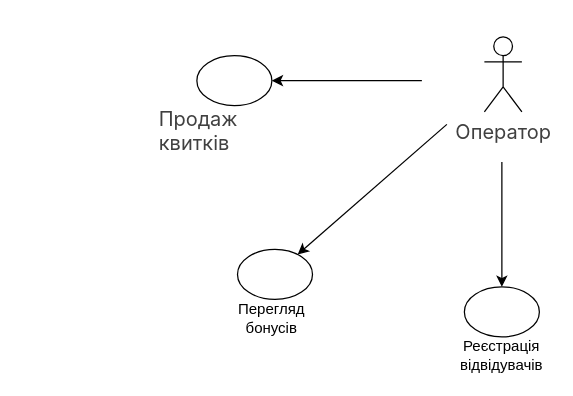
WhoIsTheBot/html_css keeps this draw.io diagram as Диаграмма без названия.drawio. Above is the earlier version. Source tidied: cells renumbered, new cells numbered last; positions are measured from the earlier drawing's top-left corner, leaving out a move shared by most shapes. Both pictures are drawn from the tidied source at 125%, with x=0, y=0 at pixel (156, 36).
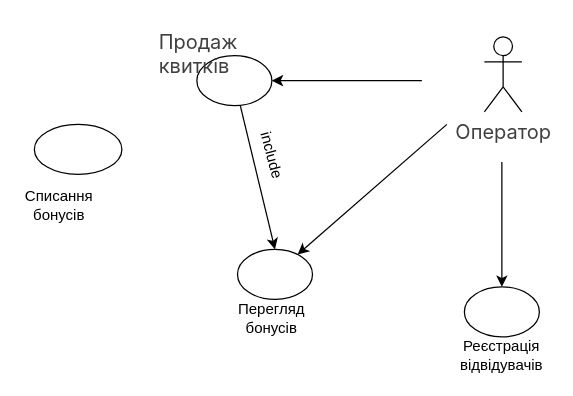
The same page after the edit.

Change to the diagram source:
```diff
@@
 <mxGraphModel>
   <root>
     <mxCell id="0" />
     <mxCell id="1" parent="0" />
     <mxCell id="2" value="&lt;div style=&quot;text-align: left;&quot;&gt;&lt;font face=&quot;DeepSeek-CJK-patch, Inter, system-ui, -apple-system, BlinkMacSystemFont, Segoe UI, Roboto, Noto Sans, Ubuntu, Cantarell, Helvetica Neue, Oxygen, Open Sans, sans-serif&quot; color=&quot;#404040&quot;&gt;&lt;span style=&quot;font-size: 16.002px; text-wrap-mode: wrap;&quot;&gt;Оператор&lt;/span&gt;&lt;/font&gt;&lt;/div&gt;" style="shape=umlActor;verticalLabelPosition=bottom;verticalAlign=top;html=1;" parent="1" vertex="1">
       <mxGeometry x="262" width="30" height="60" as="geometry" />
     </mxCell>
     <mxCell id="3" style="ellipse;whiteSpace=wrap;html=1;" parent="1" vertex="1">
       <mxGeometry x="32" y="15" width="60" height="40" as="geometry" />
     </mxCell>
     <mxCell id="4" style="ellipse;whiteSpace=wrap;html=1;" parent="1" vertex="1">
       <mxGeometry x="64.5" y="170" width="60" height="40" as="geometry" />
     </mxCell>
     <mxCell id="5" style="ellipse;whiteSpace=wrap;html=1;" parent="1" vertex="1">
       <mxGeometry x="246" y="200" width="60" height="40" as="geometry" />
     </mxCell>
     <mxCell id="6" value="&lt;span style=&quot;color: rgb(64, 64, 64); font-family: DeepSeek-CJK-patch, Inter, system-ui, -apple-system, BlinkMacSystemFont, &amp;quot;Segoe UI&amp;quot;, Roboto, &amp;quot;Noto Sans&amp;quot;, Ubuntu, Cantarell, &amp;quot;Helvetica Neue&amp;quot;, Oxygen, &amp;quot;Open Sans&amp;quot;, sans-serif; font-size: 16.002px; font-style: normal; font-variant-ligatures: normal; font-variant-caps: normal; font-weight: 400; letter-spacing: normal; orphans: 2; text-align: left; text-indent: 0px; text-transform: none; widows: 2; word-spacing: 0px; -webkit-text-stroke-width: 0px; white-space: normal; text-decoration-thickness: initial; text-decoration-style: initial; text-decoration-color: initial; display: inline !important; float: none;&quot;&gt;Продаж квитків&lt;/span&gt;" style="text;whiteSpace=wrap;html=1;" parent="1" vertex="1">
-      <mxGeometry x="-0.5" y="50" width="125" height="40" as="geometry" />
+      <mxGeometry x="-0.5" y="-12" width="125" height="40" as="geometry" />
     </mxCell>
     <mxCell id="7" style="endArrow=classic;html=1;rounded=0;entryX=1;entryY=0.5;entryDx=0;entryDy=0;" parent="1" edge="1" target="3">
       <mxGeometry relative="1" as="geometry">
         <mxPoint x="212" y="35" as="sourcePoint" />
       </mxGeometry>
     </mxCell>
     <mxCell id="8" style="endArrow=classic;html=1;rounded=0;" parent="1" edge="1" target="4">
       <mxGeometry relative="1" as="geometry">
         <mxPoint x="232" y="70" as="sourcePoint" />
       </mxGeometry>
     </mxCell>
     <mxCell id="9" value="Перегляд бонусів" style="text;html=1;align=center;verticalAlign=middle;whiteSpace=wrap;rounded=0;" parent="1" vertex="1">
       <mxGeometry x="62" y="210" width="60" height="30" as="geometry" />
     </mxCell>
     <mxCell id="10" style="endArrow=classic;html=1;rounded=0;entryX=0.5;entryY=0;entryDx=0;entryDy=0;" parent="1" edge="1" target="5">
       <mxGeometry relative="1" as="geometry">
         <mxPoint x="276" y="100" as="sourcePoint" />
       </mxGeometry>
     </mxCell>
     <mxCell id="11" value="Реєстрація відвідувачів" style="text;html=1;align=center;verticalAlign=middle;whiteSpace=wrap;rounded=0;" parent="1" vertex="1">
       <mxGeometry x="246" y="240" width="60" height="30" as="geometry" />
     </mxCell>
+    <mxCell id="12" style="endArrow=classic;html=1;rounded=0;entryX=0.5;entryY=0;entryDx=0;entryDy=0;" parent="1" edge="1" source="3" target="4">
+      <mxGeometry relative="1" as="geometry" />
+    </mxCell>
+    <mxCell id="13" value="include" style="text;html=1;align=center;verticalAlign=middle;whiteSpace=wrap;rounded=0;rotation=75;" parent="1" vertex="1">
+      <mxGeometry x="62" y="80" width="60" height="30" as="geometry" />
+    </mxCell>
+    <mxCell id="14" style="ellipse;whiteSpace=wrap;html=1;" parent="1" vertex="1">
+      <mxGeometry x="-98" y="70" width="70" height="40" as="geometry" />
+    </mxCell>
+    <mxCell id="15" value="Списання бонусів" style="text;html=1;align=center;verticalAlign=middle;whiteSpace=wrap;rounded=0;" parent="1" vertex="1">
+      <mxGeometry x="-108" y="120" width="60" height="30" as="geometry" />
+    </mxCell>
   </root>
 </mxGraphModel>
```
